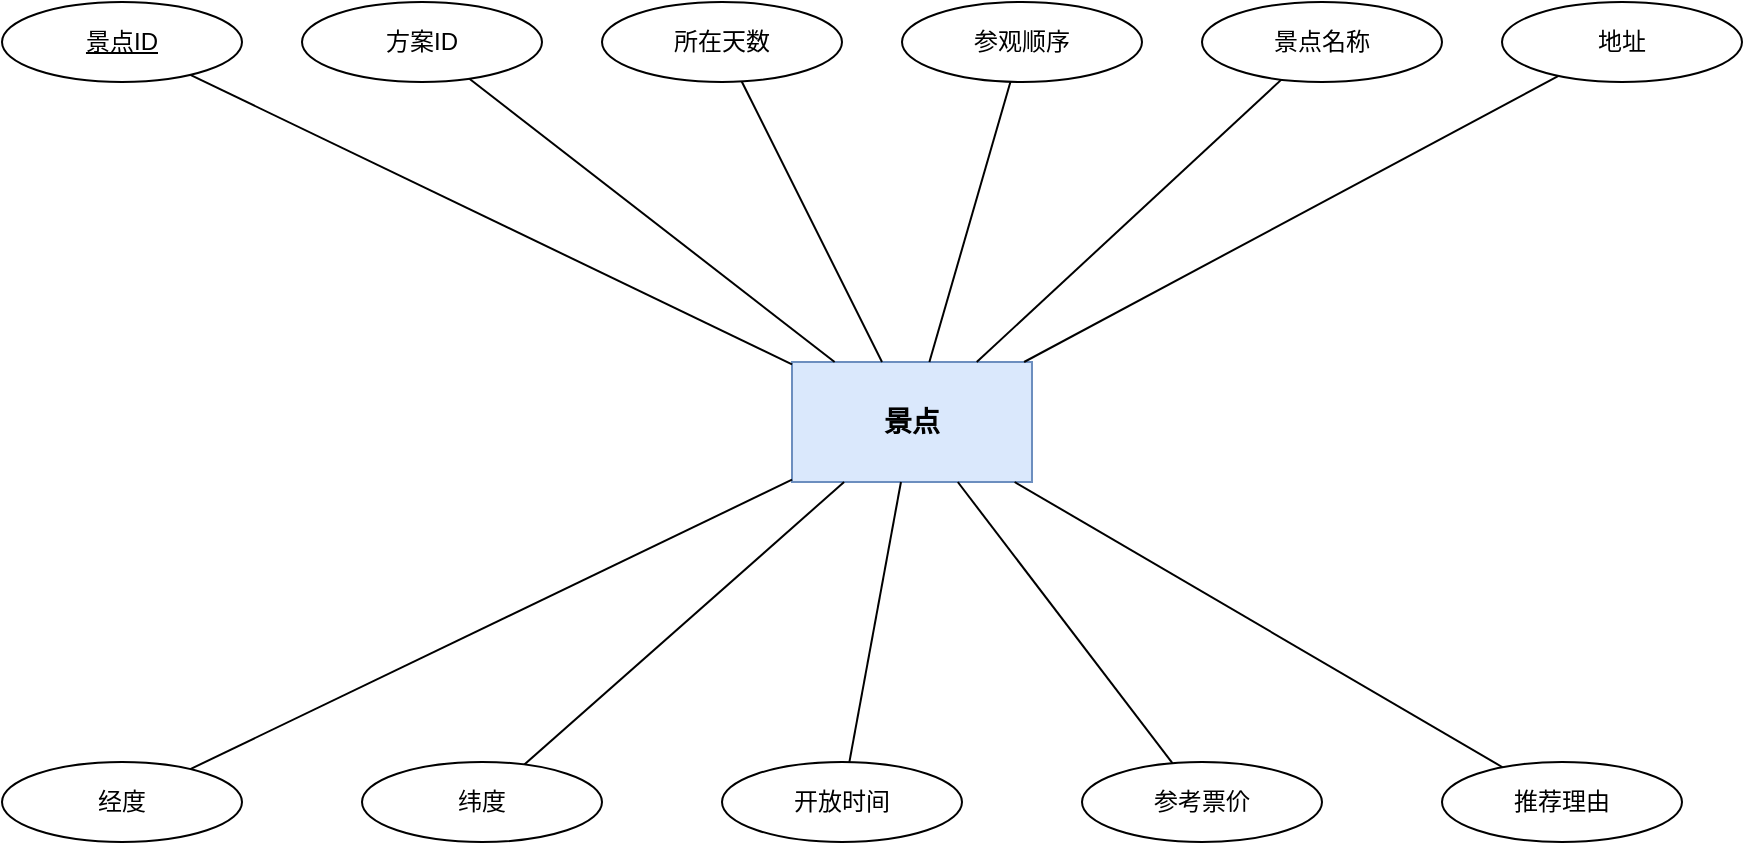
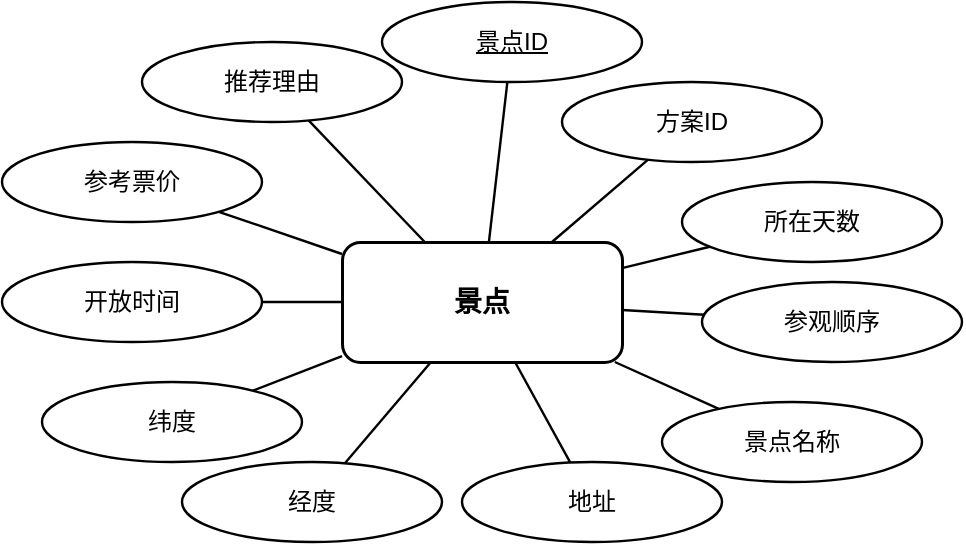
- <mxfile host="app.diagrams.net" type="device">
+ <mxfile host="Electron">
  <diagram name="景点实体属性图" id="entAttr">
-     <mxGraphModel dx="900" dy="550" grid="1" gridSize="10" guides="1" tooltips="1" connect="1" arrows="1" fold="1" page="1" pageScale="1" pageWidth="950" pageHeight="500" math="0" shadow="0">
+     <mxGraphModel dx="934" dy="662" grid="1" gridSize="10" guides="1" tooltips="1" connect="1" arrows="1" fold="1" page="1" pageScale="1" pageWidth="1160" pageHeight="780" math="0" shadow="0">
      <root>
-         <mxCell id="0"/>
-         <mxCell id="1" parent="0"/>
-         <mxCell id="ent" value="景点" style="rounded=0;whiteSpace=wrap;html=1;fontSize=14;fontStyle=1;fillColor=#dae8fc;strokeColor=#6c8ebf;" vertex="1" parent="1"><mxGeometry x="415" y="220" width="120" height="60" as="geometry"/></mxCell>
-         <mxCell id="a1" value="&lt;u&gt;景点ID&lt;/u&gt;" style="ellipse;whiteSpace=wrap;html=1;fontSize=12;" vertex="1" parent="1"><mxGeometry x="20" y="40" width="120" height="40" as="geometry"/></mxCell>
-         <mxCell id="a2" value="方案ID" style="ellipse;whiteSpace=wrap;html=1;fontSize=12;" vertex="1" parent="1"><mxGeometry x="170" y="40" width="120" height="40" as="geometry"/></mxCell>
-         <mxCell id="a3" value="所在天数" style="ellipse;whiteSpace=wrap;html=1;fontSize=12;" vertex="1" parent="1"><mxGeometry x="320" y="40" width="120" height="40" as="geometry"/></mxCell>
-         <mxCell id="a4" value="参观顺序" style="ellipse;whiteSpace=wrap;html=1;fontSize=12;" vertex="1" parent="1"><mxGeometry x="470" y="40" width="120" height="40" as="geometry"/></mxCell>
-         <mxCell id="a5" value="景点名称" style="ellipse;whiteSpace=wrap;html=1;fontSize=12;" vertex="1" parent="1"><mxGeometry x="620" y="40" width="120" height="40" as="geometry"/></mxCell>
-         <mxCell id="a6" value="地址" style="ellipse;whiteSpace=wrap;html=1;fontSize=12;" vertex="1" parent="1"><mxGeometry x="770" y="40" width="120" height="40" as="geometry"/></mxCell>
-         <mxCell id="a7" value="经度" style="ellipse;whiteSpace=wrap;html=1;fontSize=12;" vertex="1" parent="1"><mxGeometry x="20" y="420" width="120" height="40" as="geometry"/></mxCell>
-         <mxCell id="a8" value="纬度" style="ellipse;whiteSpace=wrap;html=1;fontSize=12;" vertex="1" parent="1"><mxGeometry x="200" y="420" width="120" height="40" as="geometry"/></mxCell>
-         <mxCell id="a9" value="开放时间" style="ellipse;whiteSpace=wrap;html=1;fontSize=12;" vertex="1" parent="1"><mxGeometry x="380" y="420" width="120" height="40" as="geometry"/></mxCell>
-         <mxCell id="a10" value="参考票价" style="ellipse;whiteSpace=wrap;html=1;fontSize=12;" vertex="1" parent="1"><mxGeometry x="560" y="420" width="120" height="40" as="geometry"/></mxCell>
-         <mxCell id="a11" value="推荐理由" style="ellipse;whiteSpace=wrap;html=1;fontSize=12;" vertex="1" parent="1"><mxGeometry x="740" y="420" width="120" height="40" as="geometry"/></mxCell>
-         <mxCell id="e1" style="endArrow=none;html=1;" edge="1" parent="1" source="ent" target="a1"><mxGeometry relative="1" as="geometry"/></mxCell>
-         <mxCell id="e2" style="endArrow=none;html=1;" edge="1" parent="1" source="ent" target="a2"><mxGeometry relative="1" as="geometry"/></mxCell>
-         <mxCell id="e3" style="endArrow=none;html=1;" edge="1" parent="1" source="ent" target="a3"><mxGeometry relative="1" as="geometry"/></mxCell>
-         <mxCell id="e4" style="endArrow=none;html=1;" edge="1" parent="1" source="ent" target="a4"><mxGeometry relative="1" as="geometry"/></mxCell>
-         <mxCell id="e5" style="endArrow=none;html=1;" edge="1" parent="1" source="ent" target="a5"><mxGeometry relative="1" as="geometry"/></mxCell>
-         <mxCell id="e6" style="endArrow=none;html=1;" edge="1" parent="1" source="ent" target="a6"><mxGeometry relative="1" as="geometry"/></mxCell>
-         <mxCell id="e7" style="endArrow=none;html=1;" edge="1" parent="1" source="ent" target="a7"><mxGeometry relative="1" as="geometry"/></mxCell>
-         <mxCell id="e8" style="endArrow=none;html=1;" edge="1" parent="1" source="ent" target="a8"><mxGeometry relative="1" as="geometry"/></mxCell>
-         <mxCell id="e9" style="endArrow=none;html=1;" edge="1" parent="1" source="ent" target="a9"><mxGeometry relative="1" as="geometry"/></mxCell>
-         <mxCell id="e10" style="endArrow=none;html=1;" edge="1" parent="1" source="ent" target="a10"><mxGeometry relative="1" as="geometry"/></mxCell>
-         <mxCell id="e11" style="endArrow=none;html=1;" edge="1" parent="1" source="ent" target="a11"><mxGeometry relative="1" as="geometry"/></mxCell>
+         <mxCell id="0" />
+         <mxCell id="1" parent="0" />
+         <mxCell id="ent" parent="1" style="rounded=1;whiteSpace=wrap;html=1;fontSize=14;fontStyle=1;strokeWidth=1.5;labelBackgroundColor=none;" value="景点" vertex="1">
+           <mxGeometry height="60" width="140" x="510" y="350" as="geometry" />
+         </mxCell>
+         <mxCell id="a1" parent="1" style="ellipse;whiteSpace=wrap;html=1;fontSize=12;strokeWidth=1.2;labelBackgroundColor=none;rounded=1;" value="&lt;u&gt;景点ID&lt;/u&gt;" vertex="1">
+           <mxGeometry height="40" width="130" x="530" y="230" as="geometry" />
+         </mxCell>
+         <mxCell id="a2" parent="1" style="ellipse;whiteSpace=wrap;html=1;fontSize=12;strokeWidth=1.2;labelBackgroundColor=none;rounded=1;" value="方案ID" vertex="1">
+           <mxGeometry height="40" width="130" x="620" y="270" as="geometry" />
+         </mxCell>
+         <mxCell id="a3" parent="1" style="ellipse;whiteSpace=wrap;html=1;fontSize=12;strokeWidth=1.2;labelBackgroundColor=none;rounded=1;" value="所在天数" vertex="1">
+           <mxGeometry height="40" width="130" x="680" y="320" as="geometry" />
+         </mxCell>
+         <mxCell id="a4" parent="1" style="ellipse;whiteSpace=wrap;html=1;fontSize=12;strokeWidth=1.2;labelBackgroundColor=none;rounded=1;" value="参观顺序" vertex="1">
+           <mxGeometry height="40" width="130" x="690" y="370" as="geometry" />
+         </mxCell>
+         <mxCell id="a5" parent="1" style="ellipse;whiteSpace=wrap;html=1;fontSize=12;strokeWidth=1.2;labelBackgroundColor=none;rounded=1;" value="景点名称" vertex="1">
+           <mxGeometry height="40" width="130" x="670" y="430" as="geometry" />
+         </mxCell>
+         <mxCell id="a6" parent="1" style="ellipse;whiteSpace=wrap;html=1;fontSize=12;strokeWidth=1.2;labelBackgroundColor=none;rounded=1;" value="地址" vertex="1">
+           <mxGeometry height="40" width="130" x="570" y="460" as="geometry" />
+         </mxCell>
+         <mxCell id="a7" parent="1" style="ellipse;whiteSpace=wrap;html=1;fontSize=12;strokeWidth=1.2;labelBackgroundColor=none;rounded=1;" value="经度" vertex="1">
+           <mxGeometry height="40" width="130" x="430" y="460" as="geometry" />
+         </mxCell>
+         <mxCell id="a8" parent="1" style="ellipse;whiteSpace=wrap;html=1;fontSize=12;strokeWidth=1.2;labelBackgroundColor=none;rounded=1;" value="纬度" vertex="1">
+           <mxGeometry height="40" width="130" x="360" y="420" as="geometry" />
+         </mxCell>
+         <mxCell id="a9" parent="1" style="ellipse;whiteSpace=wrap;html=1;fontSize=12;strokeWidth=1.2;labelBackgroundColor=none;rounded=1;" value="开放时间" vertex="1">
+           <mxGeometry height="40" width="130" x="340" y="360" as="geometry" />
+         </mxCell>
+         <mxCell id="a10" parent="1" style="ellipse;whiteSpace=wrap;html=1;fontSize=12;strokeWidth=1.2;labelBackgroundColor=none;rounded=1;" value="参考票价" vertex="1">
+           <mxGeometry height="40" width="130" x="340" y="300" as="geometry" />
+         </mxCell>
+         <mxCell id="a11" parent="1" style="ellipse;whiteSpace=wrap;html=1;fontSize=12;strokeWidth=1.2;labelBackgroundColor=none;rounded=1;" value="推荐理由" vertex="1">
+           <mxGeometry height="40" width="130" x="410" y="250" as="geometry" />
+         </mxCell>
+         <mxCell id="e1" edge="1" parent="1" source="ent" style="endArrow=none;html=1;strokeWidth=1.2;labelBackgroundColor=none;fontColor=default;" target="a1">
+           <mxGeometry relative="1" as="geometry" />
+         </mxCell>
+         <mxCell id="e2" edge="1" parent="1" source="ent" style="endArrow=none;html=1;strokeWidth=1.2;labelBackgroundColor=none;fontColor=default;" target="a2">
+           <mxGeometry relative="1" as="geometry" />
+         </mxCell>
+         <mxCell id="e3" edge="1" parent="1" source="ent" style="endArrow=none;html=1;strokeWidth=1.2;labelBackgroundColor=none;fontColor=default;" target="a3">
+           <mxGeometry relative="1" as="geometry" />
+         </mxCell>
+         <mxCell id="e4" edge="1" parent="1" source="ent" style="endArrow=none;html=1;strokeWidth=1.2;labelBackgroundColor=none;fontColor=default;" target="a4">
+           <mxGeometry relative="1" as="geometry" />
+         </mxCell>
+         <mxCell id="e5" edge="1" parent="1" source="ent" style="endArrow=none;html=1;strokeWidth=1.2;labelBackgroundColor=none;fontColor=default;" target="a5">
+           <mxGeometry relative="1" as="geometry" />
+         </mxCell>
+         <mxCell id="e6" edge="1" parent="1" source="ent" style="endArrow=none;html=1;strokeWidth=1.2;labelBackgroundColor=none;fontColor=default;" target="a6">
+           <mxGeometry relative="1" as="geometry" />
+         </mxCell>
+         <mxCell id="e7" edge="1" parent="1" source="ent" style="endArrow=none;html=1;strokeWidth=1.2;labelBackgroundColor=none;fontColor=default;" target="a7">
+           <mxGeometry relative="1" as="geometry" />
+         </mxCell>
+         <mxCell id="e8" edge="1" parent="1" source="ent" style="endArrow=none;html=1;strokeWidth=1.2;labelBackgroundColor=none;fontColor=default;" target="a8">
+           <mxGeometry relative="1" as="geometry" />
+         </mxCell>
+         <mxCell id="e9" edge="1" parent="1" source="ent" style="endArrow=none;html=1;strokeWidth=1.2;labelBackgroundColor=none;fontColor=default;" target="a9">
+           <mxGeometry relative="1" as="geometry" />
+         </mxCell>
+         <mxCell id="e10" edge="1" parent="1" source="ent" style="endArrow=none;html=1;strokeWidth=1.2;labelBackgroundColor=none;fontColor=default;" target="a10">
+           <mxGeometry relative="1" as="geometry" />
+         </mxCell>
+         <mxCell id="e11" edge="1" parent="1" source="ent" style="endArrow=none;html=1;strokeWidth=1.2;labelBackgroundColor=none;fontColor=default;" target="a11">
+           <mxGeometry relative="1" as="geometry" />
+         </mxCell>
      </root>
    </mxGraphModel>
  </diagram>
</mxfile>
